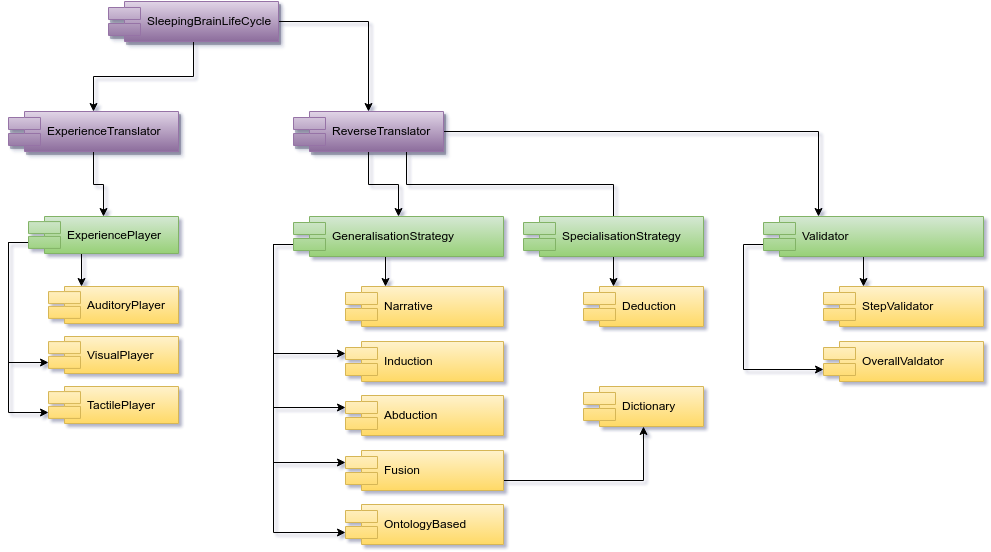
research-team/robot-dream keeps this draw.io diagram as doc/HLD_Component_SleepingBrainLifeCycle.png. Above is the earlier version. Source tidied: cells renumbered, new cells last; positions are measured from the earlier drawing's top-left corner, leaving out a move shared by most shapes.
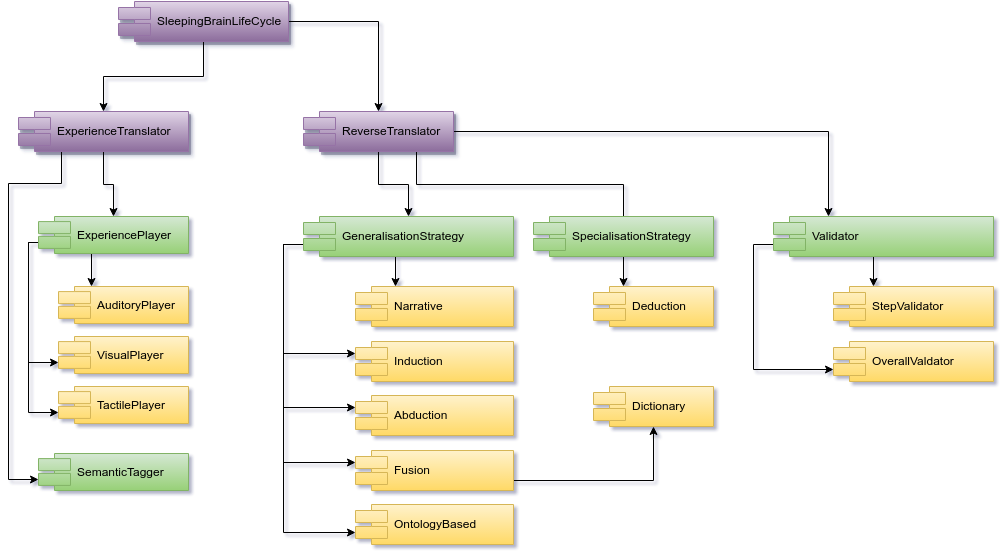
The same file after the commit.

Commit message:
HLD:component: updated sleeping brain diagram

Diff of the diagram source:
```diff
@@ -74,10 +74,20 @@
       <mxGeometry x="103" y="640" as="geometry" />
     </mxCell>
     <mxCell id="19" style="edgeStyle=orthogonalEdgeStyle;rounded=0;html=1;exitX=0;exitY=0.7;entryX=0;entryY=0.7;jettySize=auto;" parent="1" edge="1" source="21" target="26">
-      <mxGeometry x="30" y="629" as="geometry" />
+      <mxGeometry x="40" y="629" as="geometry">
+        <Array as="points">
+          <mxPoint x="10" y="241" />
+          <mxPoint x="10" y="361" />
+        </Array>
+      </mxGeometry>
     </mxCell>
     <mxCell id="20" style="edgeStyle=orthogonalEdgeStyle;rounded=0;html=1;exitX=0;exitY=0.7;entryX=0;entryY=0.7;jettySize=auto;" parent="1" edge="1" source="21" target="27">
-      <mxGeometry x="30" y="629" as="geometry" />
+      <mxGeometry x="40" y="629" as="geometry">
+        <Array as="points">
+          <mxPoint x="10" y="241" />
+          <mxPoint x="10" y="411" />
+        </Array>
+      </mxGeometry>
     </mxCell>
     <mxCell id="21" value="ExperiencePlayer" style="shape=component;align=left;spacingLeft=36;plain-green;" parent="1" vertex="1">
       <mxGeometry x="20" y="215" width="150" height="37" as="geometry" />
@@ -123,20 +133,32 @@
     <mxCell id="33" value="OverallValdator" style="shape=component;align=left;spacingLeft=36;plain-yellow;" parent="1" vertex="1">
       <mxGeometry x="815" y="340" width="160" height="40" as="geometry" />
     </mxCell>
-    <mxCell id="34" style="edgeStyle=orthogonalEdgeStyle;rounded=0;html=1;exitX=0.5;exitY=1;entryX=0.5;entryY=0;endArrow=classic;endFill=1;jettySize=auto;" parent="1" edge="1" source="35" target="21">
+    <mxCell id="34" style="edgeStyle=orthogonalEdgeStyle;rounded=0;html=1;exitX=0.5;exitY=1;entryX=0.5;entryY=0;endArrow=classic;endFill=1;jettySize=auto;" parent="1" edge="1" source="36" target="21">
       <mxGeometry x="115" y="538" as="geometry" />
     </mxCell>
-    <mxCell id="35" value="ExperienceTranslator" style="shape=component;align=left;spacingLeft=36;plain-purple;shadow=1;comic=0;" parent="1" vertex="1">
-      <mxGeometry y="110" width="170" height="40" as="geometry" />
+    <mxCell id="35" style="edgeStyle=orthogonalEdgeStyle;rounded=0;html=1;exitX=0.25;exitY=1;entryX=0;entryY=0.7;endArrow=classic;endFill=1;jettySize=auto;" parent="1" edge="1" source="36" target="40">
+      <mxGeometry x="20" y="538" as="geometry">
+        <Array as="points">
+          <mxPoint x="43" y="182" />
+          <mxPoint x="-10" y="182" />
+          <mxPoint x="-10" y="478" />
+        </Array>
+      </mxGeometry>
     </mxCell>
-    <mxCell id="36" style="edgeStyle=orthogonalEdgeStyle;rounded=0;html=1;jettySize=auto;" parent="1" edge="1" source="38" target="5">
-      <mxGeometry x="300" y="408" as="geometry" />
+    <mxCell id="36" value="ExperienceTranslator" style="shape=component;align=left;spacingLeft=36;plain-purple;shadow=1;comic=0;" parent="1" vertex="1">
+      <mxGeometry y="110" width="170" height="40" as="geometry" />
     </mxCell>
-    <mxCell id="37" style="edgeStyle=orthogonalEdgeStyle;rounded=0;html=1;jettySize=auto;" parent="1" edge="1" source="38" target="35">
-      <mxGeometry x="115" y="428" as="geometry" />
+    <mxCell id="37" style="edgeStyle=orthogonalEdgeStyle;rounded=0;html=1;jettySize=auto;" parent="1" edge="1" source="39" target="5">
+      <mxGeometry x="300" y="408" as="geometry" />
     </mxCell>
-    <mxCell id="38" value="SleepingBrainLifeCycle" style="shape=component;align=left;spacingLeft=36;plain-purple;shadow=1;comic=0;" parent="1" vertex="1">
-      <mxGeometry x="100" width="170" height="40" as="geometry" />
+    <mxCell id="38" style="edgeStyle=orthogonalEdgeStyle;rounded=0;html=1;jettySize=auto;" parent="1" edge="1" source="39" target="36">
+      <mxGeometry x="115" y="428" as="geometry" />
     </mxCell>
+    <mxCell id="39" value="SleepingBrainLifeCycle" style="shape=component;align=left;spacingLeft=36;plain-purple;shadow=1;comic=0;" parent="1" vertex="1">
+      <mxGeometry x="100" width="170" height="40" as="geometry" />
+    </mxCell>
+    <mxCell id="40" value="SemanticTagger" style="shape=component;align=left;spacingLeft=36;plain-green;" parent="1" vertex="1">
+      <mxGeometry x="20" y="452" width="150" height="37" as="geometry" />
+    </mxCell>
   </root>
 </mxGraphModel>
```
